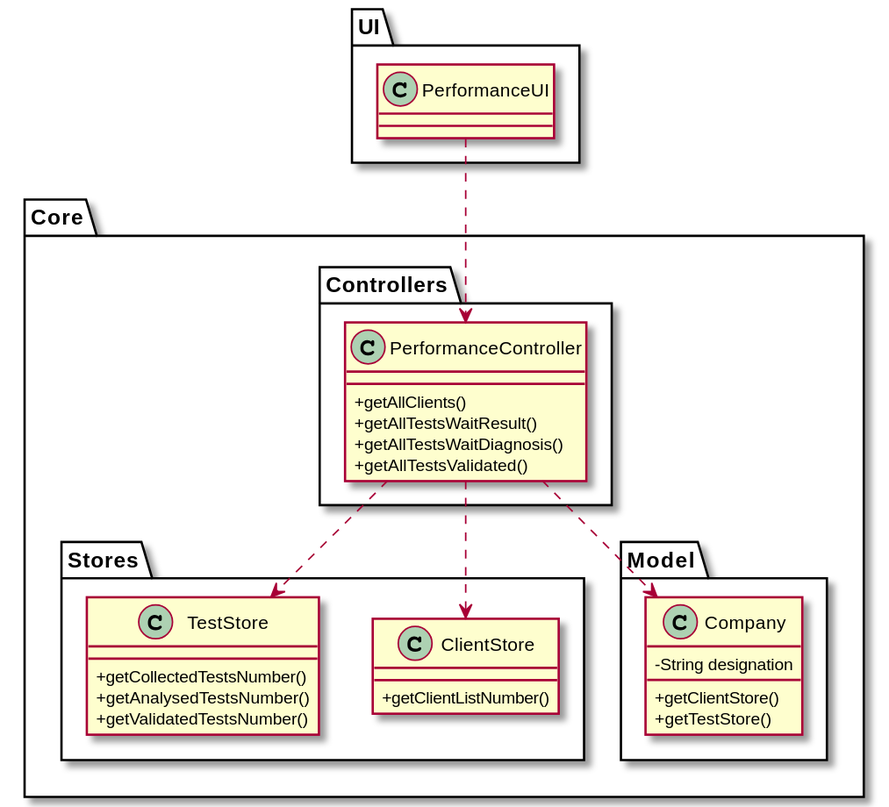
Above: docs/SprintD/US16/US16-CD.svg in 0franciscor/lei-21-s2-1de-g19 (PlantUML), before the change. Its diagram source:
```plantuml
@startuml

skinparam classAttributeIconSize 0

package "UI" {
class PerformanceUI{
}
}

package "Core" {
package "Controllers"{
class PerformanceController{
  +getAllClients()
  +getAllTestsWaitResult()
  +getAllTestsWaitDiagnosis()
  +getAllTestsValidated()
}
}

package "Stores"{
class ClientStore{
  +getClientListNumber()
}

class TestStore{
  +getCollectedTestsNumber()
  +getAnalysedTestsNumber()
  +getValidatedTestsNumber()
}
}

package "Model"{
class Company{
  -String designation
  +getClientStore()
  +getTestStore()
}
}


}
PerformanceUI ..> PerformanceController
PerformanceController ..> Company
PerformanceController ..> ClientStore
PerformanceController ..> TestStore

@enduml
```
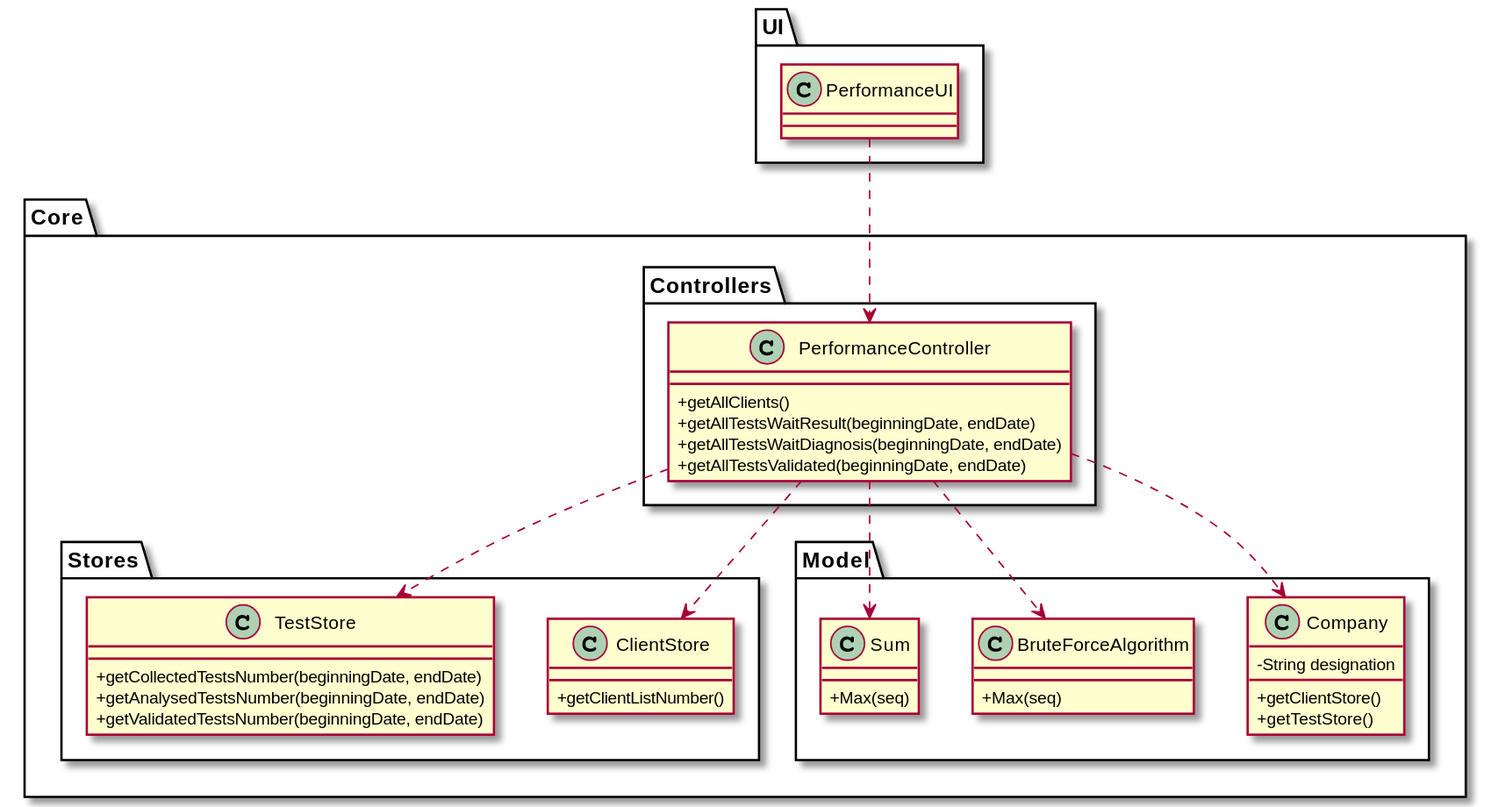
Above is the later version.

Diff of the diagram source:
```diff
@@ -11,9 +11,9 @@
 package "Controllers"{
 class PerformanceController{
   +getAllClients()
-  +getAllTestsWaitResult()
-  +getAllTestsWaitDiagnosis()
-  +getAllTestsValidated()
+  +getAllTestsWaitResult(beginningDate, endDate)
+  +getAllTestsWaitDiagnosis(beginningDate, endDate)
+  +getAllTestsValidated(beginningDate, endDate)
 }
 }
 
@@ -23,9 +23,9 @@
 }
 
 class TestStore{
-  +getCollectedTestsNumber()
-  +getAnalysedTestsNumber()
-  +getValidatedTestsNumber()
+  +getCollectedTestsNumber(beginningDate, endDate)
+  +getAnalysedTestsNumber(beginningDate, endDate)
+  +getValidatedTestsNumber(beginningDate, endDate)
 }
 }
 
@@ -35,6 +35,14 @@
   +getClientStore()
   +getTestStore()
 }
+
+class BruteForceAlgorithm{
+  +Max(seq)
+}
+
+class Sum{
+  +Max(seq)
+}
 }
 
 
@@ -43,5 +51,7 @@
 PerformanceController ..> Company
 PerformanceController ..> ClientStore
 PerformanceController ..> TestStore
+PerformanceController ..> BruteForceAlgorithm
+PerformanceController ..> Sum
 
 @enduml
```
